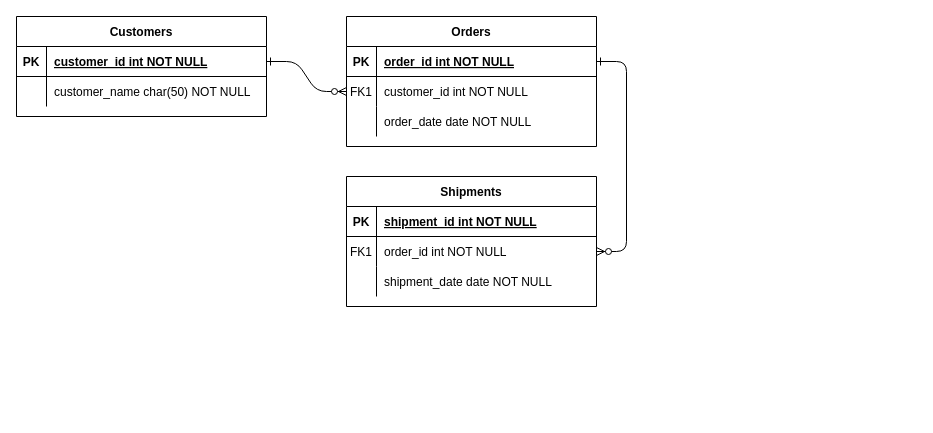
MitsuK/koba-line-backend keeps this draw.io diagram as Docs/Untitled Diagram.drawio. Above is the earlier version. Source tidied: cells renumbered, new cells numbered last; positions are measured from the earlier drawing's top-left corner, leaving out a move shared by most shapes. Both pictures are drawn from the tidied source at 100%, with x=0, y=0 at pixel (16, 16).
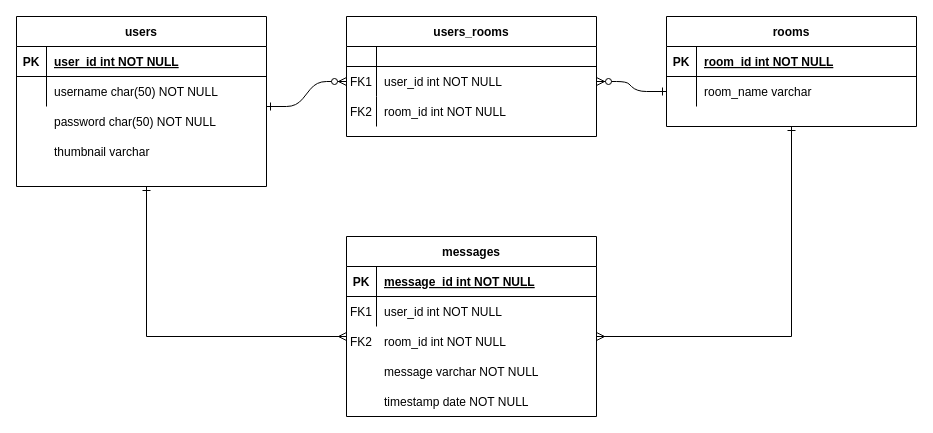
The same page after the edit.

Unchanged cells that the change refers to:
```xml
<mxCell id="15" style="shape=partialRectangle;fillColor=none;top=0;left=0;right=0;bottom=1;" parent="14" vertex="1">
  <mxGeometry y="30" width="250" height="30" as="geometry" />
</mxCell>
<mxCell id="18" style="shape=partialRectangle;fillColor=none;points=[[0,0.5],[1,0.5]];portConstraint=eastwest;top=0;left=0;right=0;bottom=0;" parent="14" vertex="1">
  <mxGeometry y="60" width="250" height="30" as="geometry" />
</mxCell>
<mxCell id="25" style="shape=partialRectangle;fillColor=none;points=[[0,0.5],[1,0.5]];portConstraint=eastwest;top=0;left=0;right=0;bottom=1;" parent="24" vertex="1">
  <mxGeometry y="30" width="250" height="30" as="geometry" />
</mxCell>
<mxCell id="28" style="shape=partialRectangle;fillColor=none;top=0;left=0;right=0;bottom=0;" parent="24" vertex="1">
  <mxGeometry y="60" width="250" height="30" as="geometry" />
</mxCell>
```

The edit, as a diff of the source:
```diff
@@
-    <mxCell id="2" style="edgeStyle=entityRelationEdgeStyle;endArrow=ERzeroToMany;startArrow=ERone;endFill=1;startFill=0;" parent="1" edge="1" source="25" target="8">
-      <mxGeometry relative="1" as="geometry" />
+    <mxCell id="2" style="edgeStyle=entityRelationEdgeStyle;endArrow=ERzeroToMany;startArrow=ERone;endFill=1;startFill=0;" parent="1" edge="1" target="8">
+      <mxGeometry relative="1" as="geometry">
+        <mxPoint x="250" y="90" as="sourcePoint" />
+      </mxGeometry>
     </mxCell>
-    <mxCell id="3" style="edgeStyle=entityRelationEdgeStyle;endArrow=ERzeroToMany;startArrow=ERone;endFill=1;startFill=0;" parent="1" edge="1" source="5" target="18">
-      <mxGeometry relative="1" as="geometry" />
-    </mxCell>
-    <mxCell id="4" value="Orders" style="shape=table;startSize=30;childLayout=tableLayout;rowLines=0;fontStyle=1;align=center;" parent="1" vertex="1">
-      <mxGeometry x="330" width="250" height="130" as="geometry" />
+    <mxCell id="4" value="users_rooms" style="shape=table;startSize=30;childLayout=tableLayout;rowLines=0;fontStyle=1;align=center;" parent="1" vertex="1">
+      <mxGeometry x="330" width="250" height="120" as="geometry" />
     </mxCell>
     <mxCell id="5" style="shape=partialRectangle;fillColor=none;points=[[0,0.5],[1,0.5]];portConstraint=eastwest;top=0;left=0;right=0;bottom=1;" parent="4" vertex="1">
-      <mxGeometry y="30" width="250" height="30" as="geometry" />
+      <mxGeometry y="30" width="250" height="20" as="geometry" />
     </mxCell>
-    <mxCell id="6" value="PK" style="shape=partialRectangle;overflow=hidden;fillColor=none;top=0;left=0;bottom=0;right=0;fontStyle=1;" parent="5" vertex="1">
-      <mxGeometry width="30" height="30" as="geometry" />
+    <mxCell id="6" style="shape=partialRectangle;overflow=hidden;fillColor=none;top=0;left=0;bottom=0;right=0;fontStyle=1;" parent="5" vertex="1">
+      <mxGeometry width="30" height="20" as="geometry" />
     </mxCell>
-    <mxCell id="7" value="order_id int NOT NULL " style="shape=partialRectangle;overflow=hidden;fillColor=none;top=0;left=0;bottom=0;right=0;align=left;spacingLeft=6;fontStyle=5;" parent="5" vertex="1">
-      <mxGeometry x="30" width="220" height="30" as="geometry" />
+    <mxCell id="7" style="shape=partialRectangle;overflow=hidden;fillColor=none;top=0;left=0;bottom=0;right=0;align=left;spacingLeft=6;fontStyle=5;" parent="5" vertex="1">
+      <mxGeometry x="30" width="220" height="20" as="geometry" />
     </mxCell>
     <mxCell id="8" style="shape=partialRectangle;fillColor=none;points=[[0,0.5],[1,0.5]];portConstraint=eastwest;top=0;left=0;right=0;bottom=0;" parent="4" vertex="1">
-      <mxGeometry y="60" width="250" height="30" as="geometry" />
+      <mxGeometry y="50" width="250" height="30" as="geometry" />
     </mxCell>
@@
-    <mxCell id="10" value="customer_id int NOT NULL" style="shape=partialRectangle;overflow=hidden;fillColor=none;top=0;left=0;bottom=0;right=0;align=left;spacingLeft=6;" parent="8" vertex="1">
+    <mxCell id="10" value="user_id int NOT NULL" style="shape=partialRectangle;overflow=hidden;fillColor=none;top=0;left=0;bottom=0;right=0;align=left;spacingLeft=6;" parent="8" vertex="1">
       <mxGeometry x="30" width="220" height="30" as="geometry" />
     </mxCell>
     <mxCell id="11" style="shape=partialRectangle;fillColor=none;top=0;left=0;right=0;bottom=0;" parent="4" vertex="1">
-      <mxGeometry y="90" width="250" height="30" as="geometry" />
+      <mxGeometry y="80" width="250" height="30" as="geometry" />
     </mxCell>
-    <mxCell id="12" style="shape=partialRectangle;overflow=hidden;fillColor=none;top=0;left=0;bottom=0;right=0;" parent="11" vertex="1">
+    <mxCell id="12" value="FK2" style="shape=partialRectangle;overflow=hidden;fillColor=none;top=0;left=0;bottom=0;right=0;" parent="11" vertex="1">
       <mxGeometry width="30" height="30" as="geometry" />
     </mxCell>
-    <mxCell id="13" value="order_date date NOT NULL" style="shape=partialRectangle;overflow=hidden;fillColor=none;top=0;left=0;bottom=0;right=0;align=left;spacingLeft=6;" parent="11" vertex="1">
+    <mxCell id="13" value="room_id int NOT NULL" style="shape=partialRectangle;overflow=hidden;fillColor=none;top=0;left=0;bottom=0;right=0;align=left;spacingLeft=6;" parent="11" vertex="1">
       <mxGeometry x="30" width="220" height="30" as="geometry" />
     </mxCell>
-    <mxCell id="14" value="Shipments" style="shape=table;startSize=30;childLayout=tableLayout;rowLines=0;fontStyle=1;align=center;" parent="1" vertex="1">
-      <mxGeometry x="330" y="160" width="250" height="130" as="geometry" />
+    <mxCell id="14" value="rooms" style="shape=table;startSize=30;childLayout=tableLayout;rowLines=0;fontStyle=1;align=center;" parent="1" vertex="1">
+      <mxGeometry x="650" width="250" height="110" as="geometry" />
     </mxCell>
@@
-    <mxCell id="17" value="shipment_id int NOT NULL " style="shape=partialRectangle;overflow=hidden;fillColor=none;top=0;left=0;bottom=0;right=0;align=left;spacingLeft=6;fontStyle=5;" parent="15" vertex="1">
+    <mxCell id="17" value="room_id int NOT NULL " style="shape=partialRectangle;overflow=hidden;fillColor=none;top=0;left=0;bottom=0;right=0;align=left;spacingLeft=6;fontStyle=5;" parent="15" vertex="1">
       <mxGeometry x="30" width="220" height="30" as="geometry" />
     </mxCell>
@@
-    <mxCell id="19" value="FK1" style="shape=partialRectangle;overflow=hidden;fillColor=none;top=0;left=0;bottom=0;right=0;" parent="18" vertex="1">
+    <mxCell id="19" style="shape=partialRectangle;overflow=hidden;fillColor=none;top=0;left=0;bottom=0;right=0;" parent="18" vertex="1">
       <mxGeometry width="30" height="30" as="geometry" />
     </mxCell>
-    <mxCell id="20" value="order_id int NOT NULL" style="shape=partialRectangle;overflow=hidden;fillColor=none;top=0;left=0;bottom=0;right=0;align=left;spacingLeft=6;" parent="18" vertex="1">
+    <mxCell id="20" value="room_name varchar" style="shape=partialRectangle;overflow=hidden;fillColor=none;top=0;left=0;bottom=0;right=0;align=left;spacingLeft=6;" parent="18" vertex="1">
       <mxGeometry x="30" width="220" height="30" as="geometry" />
     </mxCell>
-    <mxCell id="21" style="shape=partialRectangle;fillColor=none;top=0;left=0;right=0;bottom=0;" parent="14" vertex="1">
-      <mxGeometry y="90" width="250" height="30" as="geometry" />
-    </mxCell>
-    <mxCell id="22" style="shape=partialRectangle;overflow=hidden;fillColor=none;top=0;left=0;bottom=0;right=0;" parent="21" vertex="1">
-      <mxGeometry width="30" height="30" as="geometry" />
-    </mxCell>
-    <mxCell id="23" value="shipment_date date NOT NULL" style="shape=partialRectangle;overflow=hidden;fillColor=none;top=0;left=0;bottom=0;right=0;align=left;spacingLeft=6;" parent="21" vertex="1">
-      <mxGeometry x="30" width="220" height="30" as="geometry" />
-    </mxCell>
-    <mxCell id="24" value="Customers" style="shape=table;startSize=30;childLayout=tableLayout;rowLines=0;fontStyle=1;align=center;" parent="1" vertex="1">
-      <mxGeometry width="250" height="100" as="geometry" />
+    <mxCell id="24" value="users" style="shape=table;startSize=30;childLayout=tableLayout;rowLines=0;fontStyle=1;align=center;" parent="1" vertex="1">
+      <mxGeometry width="250" height="170" as="geometry" />
     </mxCell>
@@
-    <mxCell id="27" value="customer_id int NOT NULL " style="shape=partialRectangle;overflow=hidden;fillColor=none;top=0;left=0;bottom=0;right=0;align=left;spacingLeft=6;fontStyle=5;" parent="25" vertex="1">
+    <mxCell id="27" value="user_id int NOT NULL " style="shape=partialRectangle;overflow=hidden;fillColor=none;top=0;left=0;bottom=0;right=0;align=left;spacingLeft=6;fontStyle=5;" parent="25" vertex="1">
       <mxGeometry x="30" width="220" height="30" as="geometry" />
     </mxCell>
@@
-    <mxCell id="30" value="customer_name char(50) NOT NULL" style="shape=partialRectangle;overflow=hidden;fillColor=none;top=0;left=0;bottom=0;right=0;align=left;spacingLeft=6;" parent="28" vertex="1">
+    <mxCell id="30" value="username char(50) NOT NULL" style="shape=partialRectangle;overflow=hidden;fillColor=none;top=0;left=0;bottom=0;right=0;align=left;spacingLeft=6;" parent="28" vertex="1">
       <mxGeometry x="30" width="220" height="30" as="geometry" />
     </mxCell>
+    <mxCell id="31" style="edgeStyle=elbowEdgeStyle;rounded=0;orthogonalLoop=1;jettySize=auto;html=1;startArrow=ERmany;startFill=0;endArrow=ERone;endFill=0;" parent="1" edge="1">
+      <mxGeometry relative="1" as="geometry">
+        <mxPoint x="330" y="320" as="sourcePoint" />
+        <mxPoint x="130" y="170" as="targetPoint" />
+        <Array as="points">
+          <mxPoint x="130" y="230" />
+        </Array>
+      </mxGeometry>
+    </mxCell>
+    <mxCell id="32" value="messages" style="shape=table;startSize=30;childLayout=tableLayout;rowLines=0;fontStyle=1;align=center;" parent="1" vertex="1">
+      <mxGeometry x="330" y="220" width="250" height="180" as="geometry" />
+    </mxCell>
+    <mxCell id="33" style="shape=partialRectangle;fillColor=none;top=0;left=0;right=0;bottom=1;" parent="32" vertex="1">
+      <mxGeometry y="30" width="250" height="30" as="geometry" />
+    </mxCell>
+    <mxCell id="34" value="PK" style="shape=partialRectangle;overflow=hidden;fillColor=none;top=0;left=0;bottom=0;right=0;fontStyle=1;" parent="33" vertex="1">
+      <mxGeometry width="30" height="30" as="geometry" />
+    </mxCell>
+    <mxCell id="35" value="message_id int NOT NULL " style="shape=partialRectangle;overflow=hidden;fillColor=none;top=0;left=0;bottom=0;right=0;align=left;spacingLeft=6;fontStyle=5;" parent="33" vertex="1">
+      <mxGeometry x="30" width="220" height="30" as="geometry" />
+    </mxCell>
+    <mxCell id="36" style="shape=partialRectangle;fillColor=none;top=0;left=0;right=0;bottom=0;" parent="32" vertex="1">
+      <mxGeometry y="60" width="250" height="30" as="geometry" />
+    </mxCell>
+    <mxCell id="37" value="FK1" style="shape=partialRectangle;overflow=hidden;fillColor=none;top=0;left=0;bottom=0;right=0;" parent="36" vertex="1">
+      <mxGeometry width="30" height="30" as="geometry" />
+    </mxCell>
+    <mxCell id="38" value="user_id int NOT NULL" style="shape=partialRectangle;overflow=hidden;fillColor=none;top=0;left=0;bottom=0;right=0;align=left;spacingLeft=6;" parent="36" vertex="1">
+      <mxGeometry x="30" width="220" height="30" as="geometry" />
+    </mxCell>
+    <mxCell id="39" value="FK2" style="shape=partialRectangle;overflow=hidden;fillColor=none;top=0;left=0;bottom=0;right=0;" parent="1" vertex="1">
+      <mxGeometry x="330" y="310" width="30" height="30" as="geometry" />
+    </mxCell>
+    <mxCell id="40" value="room_id int NOT NULL" style="shape=partialRectangle;overflow=hidden;fillColor=none;top=0;left=0;bottom=0;right=0;align=left;spacingLeft=6;" parent="1" vertex="1">
+      <mxGeometry x="360" y="310" width="220" height="30" as="geometry" />
+    </mxCell>
+    <mxCell id="41" style="shape=partialRectangle;overflow=hidden;fillColor=none;top=0;left=0;bottom=0;right=0;" parent="1" vertex="1">
+      <mxGeometry x="330" y="340" width="30" height="30" as="geometry" />
+    </mxCell>
+    <mxCell id="42" value="message varchar NOT NULL" style="shape=partialRectangle;overflow=hidden;fillColor=none;top=0;left=0;bottom=0;right=0;align=left;spacingLeft=6;" parent="1" vertex="1">
+      <mxGeometry x="360" y="340" width="220" height="30" as="geometry" />
+    </mxCell>
+    <mxCell id="43" style="shape=partialRectangle;overflow=hidden;fillColor=none;top=0;left=0;bottom=0;right=0;" parent="1" vertex="1">
+      <mxGeometry y="90" width="30" height="30" as="geometry" />
+    </mxCell>
+    <mxCell id="44" value="password char(50) NOT NULL" style="shape=partialRectangle;overflow=hidden;fillColor=none;top=0;left=0;bottom=0;right=0;align=left;spacingLeft=6;" parent="1" vertex="1">
+      <mxGeometry x="30" y="90" width="220" height="30" as="geometry" />
+    </mxCell>
+    <mxCell id="45" style="shape=partialRectangle;overflow=hidden;fillColor=none;top=0;left=0;bottom=0;right=0;" parent="1" vertex="1">
+      <mxGeometry y="120" width="30" height="30" as="geometry" />
+    </mxCell>
+    <mxCell id="46" value="thumbnail varchar " style="shape=partialRectangle;overflow=hidden;fillColor=none;top=0;left=0;bottom=0;right=0;align=left;spacingLeft=6;" parent="1" vertex="1">
+      <mxGeometry x="30" y="120" width="220" height="30" as="geometry" />
+    </mxCell>
+    <mxCell id="47" style="shape=partialRectangle;overflow=hidden;fillColor=none;top=0;left=0;bottom=0;right=0;" parent="1" vertex="1">
+      <mxGeometry x="330" y="370" width="30" height="30" as="geometry" />
+    </mxCell>
+    <mxCell id="48" value="timestamp date NOT NULL" style="shape=partialRectangle;overflow=hidden;fillColor=none;top=0;left=0;bottom=0;right=0;align=left;spacingLeft=6;" parent="1" vertex="1">
+      <mxGeometry x="360" y="370" width="220" height="30" as="geometry" />
+    </mxCell>
+    <mxCell id="3" style="edgeStyle=entityRelationEdgeStyle;endArrow=ERzeroToMany;startArrow=ERone;endFill=1;startFill=0;entryX=1;entryY=0.5;entryDx=0;entryDy=0;exitX=0;exitY=0.5;exitDx=0;exitDy=0;" parent="1" edge="1" source="18" target="8">
+      <mxGeometry relative="1" as="geometry" />
+    </mxCell>
+    <mxCell id="49" style="edgeStyle=elbowEdgeStyle;rounded=0;jettySize=auto;html=1;startArrow=ERmany;startFill=0;endArrow=ERone;endFill=0;entryX=0.5;entryY=1;entryDx=0;entryDy=0;" parent="1" edge="1" target="14">
+      <mxGeometry relative="1" as="geometry">
+        <mxPoint x="580" y="320" as="sourcePoint" />
+        <Array as="points">
+          <mxPoint x="775" y="240" />
+        </Array>
+      </mxGeometry>
+    </mxCell>
```
